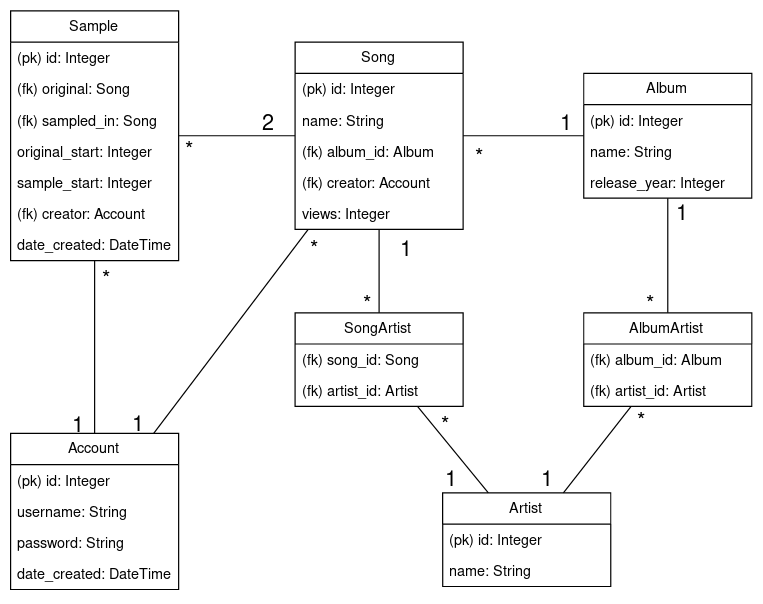
Earlier version of the draw.io export documentation/database_diagram.png (vikketii/tsoha). Source tidied: cells renumbered, new cells last; positions are measured from the earlier drawing's top-left corner, leaving out a move shared by most shapes.
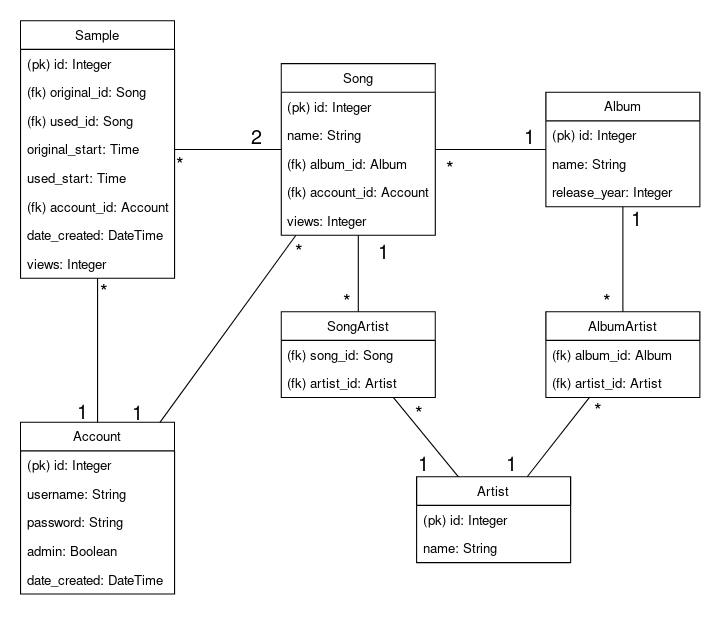
The same file after the commit.

Diff of the diagram source:
```diff
@@ -8,30 +8,30 @@
     <mxCell id="3" value="Song" style="swimlane;fontStyle=0;horizontal=1;startSize=26;fillColor=none;" parent="1" vertex="1">
       <mxGeometry x="237" y="26" width="140" height="156" as="geometry" />
     </mxCell>
-    <mxCell id="4" value="(pk) id: Integer" style="text;strokeColor=none;fillColor=none;align=left;verticalAlign=top;spacingLeft=4;spacingRight=4;overflow=hidden;" parent="3" vertex="1">
-      <mxGeometry y="26" width="140" height="26" as="geometry" />
-    </mxCell>
-    <mxCell id="5" value="name: String" style="text;strokeColor=none;fillColor=none;align=left;verticalAlign=top;spacingLeft=4;spacingRight=4;overflow=hidden;" parent="3" vertex="1">
-      <mxGeometry y="52" width="140" height="26" as="geometry" />
-    </mxCell>
+    <mxCell id="58" value="(pk) id: Integer" style="text;strokeColor=none;fillColor=none;align=left;verticalAlign=top;spacingLeft=4;spacingRight=4;overflow=hidden;" parent="3" vertex="1">
+      <mxGeometry y="26" width="140" height="26" as="geometry" />
+    </mxCell>
+    <mxCell id="59" value="name: String" style="text;strokeColor=none;fillColor=none;align=left;verticalAlign=top;spacingLeft=4;spacingRight=4;overflow=hidden;" parent="3" vertex="1">
+      <mxGeometry y="52" width="140" height="26" as="geometry" />
+    </mxCell>
     <mxCell id="6" value="(fk) album_id: Album" style="text;strokeColor=none;fillColor=none;align=left;verticalAlign=top;spacingLeft=4;spacingRight=4;overflow=hidden;" parent="3" vertex="1">
       <mxGeometry y="78" width="140" height="26" as="geometry" />
     </mxCell>
-    <mxCell id="7" value="(fk) creator: Account" style="text;strokeColor=none;fillColor=none;align=left;verticalAlign=top;spacingLeft=4;spacingRight=4;overflow=hidden;" parent="3" vertex="1">
-      <mxGeometry y="104" width="140" height="26" as="geometry" />
-    </mxCell>
+    <mxCell id="60" value="(fk) account_id: Account" style="text;strokeColor=none;fillColor=none;align=left;verticalAlign=top;spacingLeft=4;spacingRight=4;overflow=hidden;" parent="3" vertex="1">
+      <mxGeometry y="104" width="140" height="26" as="geometry" />
+    </mxCell>
     <mxCell id="8" value="views: Integer" style="text;strokeColor=none;fillColor=none;align=left;verticalAlign=top;spacingLeft=4;spacingRight=4;overflow=hidden;" parent="3" vertex="1">
       <mxGeometry y="130" width="140" height="26" as="geometry" />
     </mxCell>
     <mxCell id="9" value="Album" style="swimlane;fontStyle=0;horizontal=1;startSize=26;fillColor=none;" parent="1" vertex="1">
       <mxGeometry x="477.5" y="52" width="140" height="104" as="geometry" />
     </mxCell>
-    <mxCell id="10" value="(pk) id: Integer" style="text;strokeColor=none;fillColor=none;align=left;verticalAlign=top;spacingLeft=4;spacingRight=4;overflow=hidden;" parent="9" vertex="1">
-      <mxGeometry y="26" width="140" height="26" as="geometry" />
-    </mxCell>
-    <mxCell id="11" value="name: String" style="text;strokeColor=none;fillColor=none;align=left;verticalAlign=top;spacingLeft=4;spacingRight=4;overflow=hidden;" parent="9" vertex="1">
-      <mxGeometry y="52" width="140" height="26" as="geometry" />
-    </mxCell>
+    <mxCell id="61" value="(pk) id: Integer" style="text;strokeColor=none;fillColor=none;align=left;verticalAlign=top;spacingLeft=4;spacingRight=4;overflow=hidden;" parent="9" vertex="1">
+      <mxGeometry y="26" width="140" height="26" as="geometry" />
+    </mxCell>
+    <mxCell id="62" value="name: String" style="text;strokeColor=none;fillColor=none;align=left;verticalAlign=top;spacingLeft=4;spacingRight=4;overflow=hidden;" parent="9" vertex="1">
+      <mxGeometry y="52" width="140" height="26" as="geometry" />
+    </mxCell>
     <mxCell id="12" value="release_year: Integer" style="text;strokeColor=none;fillColor=none;align=left;verticalAlign=top;spacingLeft=4;spacingRight=4;overflow=hidden;" parent="9" vertex="1">
       <mxGeometry y="78" width="140" height="26" as="geometry" />
     </mxCell>
@@ -47,12 +47,12 @@
     <mxCell id="16" value="Artist" style="swimlane;fontStyle=0;horizontal=1;startSize=26;fillColor=none;" parent="1" vertex="1">
       <mxGeometry x="360" y="401.5" width="140" height="78" as="geometry" />
     </mxCell>
-    <mxCell id="17" value="(pk) id: Integer" style="text;strokeColor=none;fillColor=none;align=left;verticalAlign=top;spacingLeft=4;spacingRight=4;overflow=hidden;" parent="16" vertex="1">
-      <mxGeometry y="26" width="140" height="26" as="geometry" />
-    </mxCell>
-    <mxCell id="18" value="name: String" style="text;strokeColor=none;fillColor=none;align=left;verticalAlign=top;spacingLeft=4;spacingRight=4;overflow=hidden;" parent="16" vertex="1">
-      <mxGeometry y="52" width="140" height="26" as="geometry" />
-    </mxCell>
+    <mxCell id="63" value="(pk) id: Integer" style="text;strokeColor=none;fillColor=none;align=left;verticalAlign=top;spacingLeft=4;spacingRight=4;overflow=hidden;" parent="16" vertex="1">
+      <mxGeometry y="26" width="140" height="26" as="geometry" />
+    </mxCell>
+    <mxCell id="64" value="name: String" style="text;strokeColor=none;fillColor=none;align=left;verticalAlign=top;spacingLeft=4;spacingRight=4;overflow=hidden;" parent="16" vertex="1">
+      <mxGeometry y="52" width="140" height="26" as="geometry" />
+    </mxCell>
     <mxCell id="19" style="edgeStyle=none;rounded=0;jettySize=auto;html=1;endArrow=none;endFill=0;" parent="1" edge="1" source="25" target="16">
       <mxGeometry relative="1" as="geometry" />
     </mxCell>
@@ -68,18 +68,18 @@
     <mxCell id="23" value="(fk) song_id: Song" style="text;strokeColor=none;fillColor=none;align=left;verticalAlign=top;spacingLeft=4;spacingRight=4;overflow=hidden;" parent="22" vertex="1">
       <mxGeometry y="26" width="140" height="26" as="geometry" />
     </mxCell>
-    <mxCell id="24" value="(fk) artist_id: Artist" style="text;strokeColor=none;fillColor=none;align=left;verticalAlign=top;spacingLeft=4;spacingRight=4;overflow=hidden;" parent="22" vertex="1">
-      <mxGeometry y="52" width="140" height="26" as="geometry" />
-    </mxCell>
+    <mxCell id="65" value="(fk) artist_id: Artist" style="text;strokeColor=none;fillColor=none;align=left;verticalAlign=top;spacingLeft=4;spacingRight=4;overflow=hidden;" parent="22" vertex="1">
+      <mxGeometry y="52" width="140" height="26" as="geometry" />
+    </mxCell>
     <mxCell id="25" value="AlbumArtist" style="swimlane;fontStyle=0;horizontal=1;startSize=26;fillColor=none;fontSize=12;" parent="1" vertex="1">
       <mxGeometry x="477.5" y="251.5" width="140" height="78" as="geometry" />
     </mxCell>
     <mxCell id="26" value="(fk) album_id: Album&#10;" style="text;strokeColor=none;fillColor=none;align=left;verticalAlign=top;spacingLeft=4;spacingRight=4;overflow=hidden;" parent="25" vertex="1">
       <mxGeometry y="26" width="140" height="26" as="geometry" />
     </mxCell>
-    <mxCell id="27" value="(fk) artist_id: Artist" style="text;strokeColor=none;fillColor=none;align=left;verticalAlign=top;spacingLeft=4;spacingRight=4;overflow=hidden;" parent="25" vertex="1">
-      <mxGeometry y="52" width="140" height="26" as="geometry" />
-    </mxCell>
+    <mxCell id="66" value="(fk) artist_id: Artist" style="text;strokeColor=none;fillColor=none;align=left;verticalAlign=top;spacingLeft=4;spacingRight=4;overflow=hidden;" parent="25" vertex="1">
+      <mxGeometry y="52" width="140" height="26" as="geometry" />
+    </mxCell>
     <mxCell id="28" style="edgeStyle=none;rounded=0;jettySize=auto;html=1;endArrow=none;endFill=0;" parent="1" edge="1" source="9" target="25">
       <mxGeometry relative="1" as="geometry" />
     </mxCell>
@@ -105,38 +105,41 @@
       <mxGeometry x="360" y="378" width="20" height="20" as="geometry" />
     </mxCell>
     <mxCell id="36" value="Sample" style="swimlane;fontStyle=0;horizontal=1;startSize=26;fillColor=none;fontSize=12;" parent="1" vertex="1">
-      <mxGeometry width="140" height="208" as="geometry" />
+      <mxGeometry y="-13" width="140" height="234" as="geometry" />
     </mxCell>
-    <mxCell id="37" value="(pk) id: Integer" style="text;strokeColor=none;fillColor=none;align=left;verticalAlign=top;spacingLeft=4;spacingRight=4;overflow=hidden;" parent="36" vertex="1">
-      <mxGeometry y="26" width="140" height="26" as="geometry" />
-    </mxCell>
-    <mxCell id="38" value="(fk) original: Song" style="text;strokeColor=none;fillColor=none;align=left;verticalAlign=top;spacingLeft=4;spacingRight=4;overflow=hidden;" parent="36" vertex="1">
-      <mxGeometry y="52" width="140" height="26" as="geometry" />
-    </mxCell>
-    <mxCell id="39" value="(fk) sampled_in: Song" style="text;strokeColor=none;fillColor=none;align=left;verticalAlign=top;spacingLeft=4;spacingRight=4;overflow=hidden;" parent="36" vertex="1">
-      <mxGeometry y="78" width="140" height="26" as="geometry" />
-    </mxCell>
-    <mxCell id="40" value="original_start: Integer" style="text;strokeColor=none;fillColor=none;align=left;verticalAlign=top;spacingLeft=4;spacingRight=4;overflow=hidden;" parent="36" vertex="1">
-      <mxGeometry y="104" width="140" height="26" as="geometry" />
-    </mxCell>
-    <mxCell id="41" value="sample_start: Integer" style="text;strokeColor=none;fillColor=none;align=left;verticalAlign=top;spacingLeft=4;spacingRight=4;overflow=hidden;" parent="36" vertex="1">
-      <mxGeometry y="130" width="140" height="26" as="geometry" />
-    </mxCell>
-    <mxCell id="42" value="(fk) creator: Account" style="text;strokeColor=none;fillColor=none;align=left;verticalAlign=top;spacingLeft=4;spacingRight=4;overflow=hidden;" parent="36" vertex="1">
-      <mxGeometry y="156" width="140" height="26" as="geometry" />
-    </mxCell>
+    <mxCell id="67" value="(pk) id: Integer" style="text;strokeColor=none;fillColor=none;align=left;verticalAlign=top;spacingLeft=4;spacingRight=4;overflow=hidden;" parent="36" vertex="1">
+      <mxGeometry y="26" width="140" height="26" as="geometry" />
+    </mxCell>
+    <mxCell id="68" value="(fk) original_id: Song" style="text;strokeColor=none;fillColor=none;align=left;verticalAlign=top;spacingLeft=4;spacingRight=4;overflow=hidden;" parent="36" vertex="1">
+      <mxGeometry y="52" width="140" height="26" as="geometry" />
+    </mxCell>
+    <mxCell id="69" value="(fk) used_id: Song" style="text;strokeColor=none;fillColor=none;align=left;verticalAlign=top;spacingLeft=4;spacingRight=4;overflow=hidden;" parent="36" vertex="1">
+      <mxGeometry y="78" width="140" height="26" as="geometry" />
+    </mxCell>
+    <mxCell id="70" value="original_start: Time" style="text;strokeColor=none;fillColor=none;align=left;verticalAlign=top;spacingLeft=4;spacingRight=4;overflow=hidden;" parent="36" vertex="1">
+      <mxGeometry y="104" width="140" height="26" as="geometry" />
+    </mxCell>
+    <mxCell id="71" value="used_start: Time" style="text;strokeColor=none;fillColor=none;align=left;verticalAlign=top;spacingLeft=4;spacingRight=4;overflow=hidden;" parent="36" vertex="1">
+      <mxGeometry y="130" width="140" height="26" as="geometry" />
+    </mxCell>
+    <mxCell id="72" value="(fk) account_id: Account" style="text;strokeColor=none;fillColor=none;align=left;verticalAlign=top;spacingLeft=4;spacingRight=4;overflow=hidden;" parent="36" vertex="1">
+      <mxGeometry y="156" width="140" height="26" as="geometry" />
+    </mxCell>
     <mxCell id="43" value="date_created: DateTime" style="text;strokeColor=none;fillColor=none;align=left;verticalAlign=top;spacingLeft=4;spacingRight=4;overflow=hidden;" parent="36" vertex="1">
       <mxGeometry y="182" width="140" height="26" as="geometry" />
     </mxCell>
+    <mxCell id="73" value="views: Integer" style="text;strokeColor=none;fillColor=none;align=left;verticalAlign=top;spacingLeft=4;spacingRight=4;overflow=hidden;" parent="36" vertex="1">
+      <mxGeometry y="208" width="140" height="26" as="geometry" />
+    </mxCell>
     <mxCell id="44" style="edgeStyle=none;rounded=0;jettySize=auto;html=1;endArrow=none;endFill=0;fontSize=12;" parent="1" edge="1" source="36" target="3">
       <mxGeometry relative="1" as="geometry" />
     </mxCell>
     <mxCell id="45" value="2" style="text;html=1;align=left;verticalAlign=top;spacingTop=-4;fontSize=18;" parent="1" vertex="1">
       <mxGeometry x="207.5" y="81" width="30" height="20" as="geometry" />
     </mxCell>
-    <mxCell id="46" value="&lt;div style=&quot;font-size: 18px;&quot;&gt;*&lt;/div&gt;" style="text;html=1;align=left;verticalAlign=top;spacingTop=-4;fontSize=18;" parent="1" vertex="1">
-      <mxGeometry x="144" y="104" width="20" height="20" as="geometry" />
-    </mxCell>
+    <mxCell id="74" value="&lt;div style=&quot;font-size: 18px;&quot;&gt;*&lt;/div&gt;" style="text;html=1;align=left;verticalAlign=top;spacingTop=-4;fontSize=18;" parent="1" vertex="1">
+      <mxGeometry x="140" y="107" width="20" height="20" as="geometry" />
+    </mxCell>
     <mxCell id="47" style="rounded=0;jettySize=auto;html=1;endArrow=none;endFill=0;" parent="1" edge="1" source="49" target="36">
       <mxGeometry relative="1" as="geometry" />
     </mxCell>
@@ -144,19 +147,22 @@
       <mxGeometry relative="1" as="geometry" />
     </mxCell>
     <mxCell id="49" value="Account" style="swimlane;fontStyle=0;horizontal=1;startSize=26;fillColor=none;" parent="1" vertex="1">
-      <mxGeometry y="352" width="140" height="130" as="geometry" />
+      <mxGeometry y="352" width="140" height="156" as="geometry" />
     </mxCell>
-    <mxCell id="50" value="(pk) id: Integer" style="text;strokeColor=none;fillColor=none;align=left;verticalAlign=top;spacingLeft=4;spacingRight=4;overflow=hidden;" parent="49" vertex="1">
-      <mxGeometry y="26" width="140" height="26" as="geometry" />
-    </mxCell>
+    <mxCell id="75" value="(pk) id: Integer" style="text;strokeColor=none;fillColor=none;align=left;verticalAlign=top;spacingLeft=4;spacingRight=4;overflow=hidden;" parent="49" vertex="1">
+      <mxGeometry y="26" width="140" height="26" as="geometry" />
+    </mxCell>
     <mxCell id="51" value="username: String" style="text;strokeColor=none;fillColor=none;align=left;verticalAlign=top;spacingLeft=4;spacingRight=4;overflow=hidden;" parent="49" vertex="1">
       <mxGeometry y="52" width="140" height="26" as="geometry" />
     </mxCell>
     <mxCell id="52" value="password: String" style="text;strokeColor=none;fillColor=none;align=left;verticalAlign=top;spacingLeft=4;spacingRight=4;overflow=hidden;" parent="49" vertex="1">
       <mxGeometry y="78" width="140" height="26" as="geometry" />
     </mxCell>
+    <mxCell id="76" value="admin: Boolean" style="text;strokeColor=none;fillColor=none;align=left;verticalAlign=top;spacingLeft=4;spacingRight=4;overflow=hidden;" parent="49" vertex="1">
+      <mxGeometry y="104" width="140" height="26" as="geometry" />
+    </mxCell>
     <mxCell id="53" value="date_created: DateTime" style="text;strokeColor=none;fillColor=none;align=left;verticalAlign=top;spacingLeft=4;spacingRight=4;overflow=hidden;" parent="49" vertex="1">
-      <mxGeometry y="104" width="140" height="26" as="geometry" />
+      <mxGeometry y="130" width="140" height="26" as="geometry" />
     </mxCell>
     <mxCell id="54" value="&lt;div style=&quot;font-size: 18px;&quot;&gt;*&lt;/div&gt;" style="text;html=1;align=left;verticalAlign=top;spacingTop=-4;fontSize=18;" parent="1" vertex="1">
       <mxGeometry x="247.5" y="186" width="20" height="20" as="geometry" />
@@ -165,10 +171,10 @@
       <mxGeometry x="100" y="332" width="20" height="20" as="geometry" />
     </mxCell>
     <mxCell id="56" value="&lt;div style=&quot;font-size: 18px;&quot;&gt;1&lt;/div&gt;" style="text;html=1;align=left;verticalAlign=top;spacingTop=-4;fontSize=18;" parent="1" vertex="1">
-      <mxGeometry x="50" y="332.5" width="20" height="20" as="geometry" />
+      <mxGeometry x="50" y="330.5" width="20" height="20" as="geometry" />
     </mxCell>
-    <mxCell id="57" value="&lt;div style=&quot;font-size: 18px;&quot;&gt;*&lt;/div&gt;" style="text;html=1;align=left;verticalAlign=top;spacingTop=-4;fontSize=18;" parent="1" vertex="1">
-      <mxGeometry x="75" y="210.5" width="20" height="20" as="geometry" />
-    </mxCell>
+    <mxCell id="77" value="&lt;div style=&quot;font-size: 18px;&quot;&gt;*&lt;/div&gt;" style="text;html=1;align=left;verticalAlign=top;spacingTop=-4;fontSize=18;" parent="1" vertex="1">
+      <mxGeometry x="71" y="222.5" width="20" height="20" as="geometry" />
+    </mxCell>
   </root>
 </mxGraphModel>
```
